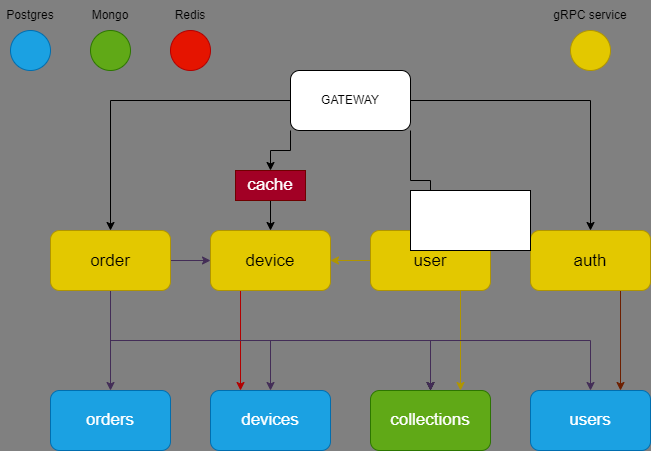
The draw.io diagram docs/schema.png in alserov/device-shop, before a commit. Source tidied: cells renumbered, new cells last; positions are measured from the earlier drawing's top-left corner, leaving out a move shared by most shapes.
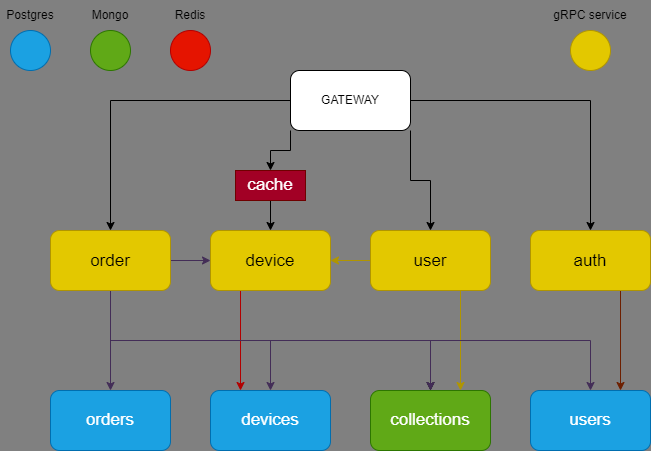
After the change.

The edit, as a diff of the source:
```diff
@@ -101,8 +101,5 @@
     <mxCell id="34" value="cache" style="rounded=0;whiteSpace=wrap;html=1;fontSize=17;fillColor=#a20025;fontColor=#ffffff;strokeColor=#6F0000;" parent="1" vertex="1">
       <mxGeometry x="235" y="170" width="70" height="30" as="geometry" />
     </mxCell>
-    <mxCell id="35" style="rounded=0;whiteSpace=wrap;html=1;" parent="1" vertex="1">
-      <mxGeometry x="410" y="190" width="120" height="60" as="geometry" />
-    </mxCell>
   </root>
 </mxGraphModel>
```
